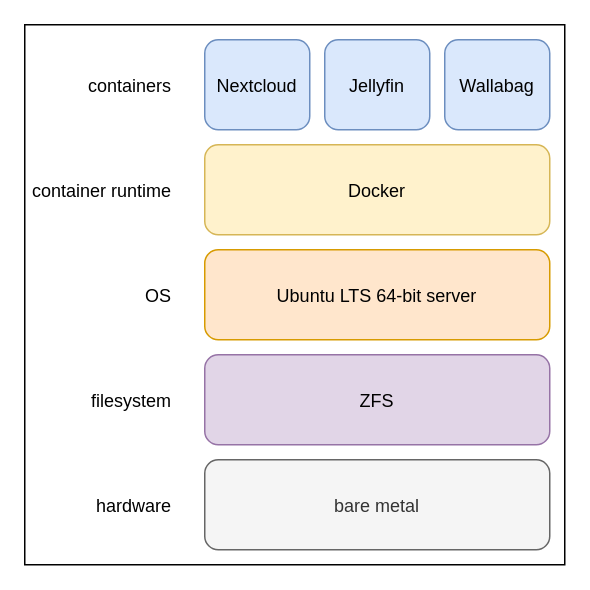
meonkeys/shb keeps this draw.io diagram as book/img/service-stack.drawio. Above is the earlier version. Source tidied: cells renumbered, new cells numbered last; positions are measured from the earlier drawing's top-left corner, leaving out a move shared by most shapes. Both pictures are drawn from the tidied source at 150%, with x=0, y=0 at pixel (24, 24).
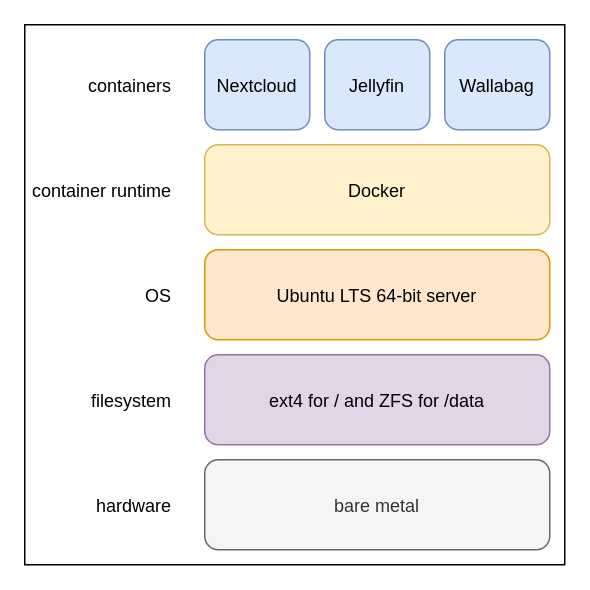
After the change.

Commit message (it also covers changes not shown here):
include ext4 in stack diagram and text

Diff of the diagram source:
```diff
@@
 <mxGraphModel>
   <root>
     <mxCell id="0" />
     <mxCell id="1" parent="0" />
     <mxCell id="2" style="rounded=0;whiteSpace=wrap;html=1;" parent="1" vertex="1">
       <mxGeometry width="360" height="360" as="geometry" />
     </mxCell>
     <mxCell id="3" value="bare metal" style="rounded=1;fillColor=#f5f5f5;fontColor=#333333;strokeColor=#666666;shadow=0;" parent="1" vertex="1">
       <mxGeometry x="120" y="290" width="230" height="60" as="geometry" />
     </mxCell>
     <mxCell id="4" value="Ubuntu LTS 64-bit server" style="rounded=1;fillColor=#ffe6cc;strokeColor=#d79b00;shadow=0;" parent="1" vertex="1">
       <mxGeometry x="120" y="150" width="230" height="60" as="geometry" />
     </mxCell>
-    <mxCell id="5" value="ZFS" style="rounded=1;fillColor=#e1d5e7;strokeColor=#9673a6;shadow=0;" parent="1" vertex="1">
+    <mxCell id="5" value="ext4 for / and ZFS for /data" style="rounded=1;fillColor=#e1d5e7;strokeColor=#9673a6;shadow=0;" parent="1" vertex="1">
       <mxGeometry x="120" y="220" width="230" height="60" as="geometry" />
     </mxCell>
     <mxCell id="6" value="Docker" style="rounded=1;fillColor=#fff2cc;strokeColor=#d6b656;glass=0;shadow=0;verticalAlign=middle;" parent="1" vertex="1">
       <mxGeometry x="120" y="80" width="230" height="60" as="geometry" />
     </mxCell>
     <mxCell id="7" value="Nextcloud" style="rounded=1;fillColor=#dae8fc;strokeColor=#6c8ebf;rotation=0;shadow=0;" parent="1" vertex="1">
       <mxGeometry x="120" y="10" width="70" height="60" as="geometry" />
     </mxCell>
     <mxCell id="8" value="Jellyfin" style="rounded=1;fillColor=#dae8fc;strokeColor=#6c8ebf;shadow=0;" parent="1" vertex="1">
       <mxGeometry x="200" y="10" width="70" height="60" as="geometry" />
     </mxCell>
     <mxCell id="9" value="Wallabag" style="rounded=1;fillColor=#dae8fc;strokeColor=#6c8ebf;shadow=0;" parent="1" vertex="1">
       <mxGeometry x="280" y="10" width="70" height="60" as="geometry" />
     </mxCell>
     <mxCell id="10" value="hardware" style="text;strokeColor=none;align=right;fillColor=none;verticalAlign=middle;rounded=1;shadow=0;" parent="1" vertex="1">
       <mxGeometry x="40" y="305" width="60" height="30" as="geometry" />
     </mxCell>
     <mxCell id="11" value="OS" style="text;strokeColor=none;align=right;fillColor=none;verticalAlign=middle;rounded=1;shadow=0;" parent="1" vertex="1">
       <mxGeometry x="40" y="165" width="60" height="30" as="geometry" />
     </mxCell>
     <mxCell id="12" value="filesystem" style="text;strokeColor=none;align=right;fillColor=none;verticalAlign=middle;rounded=1;shadow=0;" parent="1" vertex="1">
       <mxGeometry x="40" y="235" width="60" height="30" as="geometry" />
     </mxCell>
     <mxCell id="13" value="container runtime" style="text;strokeColor=none;align=right;fillColor=none;verticalAlign=middle;rounded=1;shadow=0;" parent="1" vertex="1">
       <mxGeometry x="40" y="95" width="60" height="30" as="geometry" />
     </mxCell>
     <mxCell id="14" value="containers" style="text;strokeColor=none;align=right;fillColor=none;verticalAlign=middle;rounded=1;shadow=0;" parent="1" vertex="1">
       <mxGeometry x="40" y="25" width="60" height="30" as="geometry" />
     </mxCell>
   </root>
 </mxGraphModel>
```
